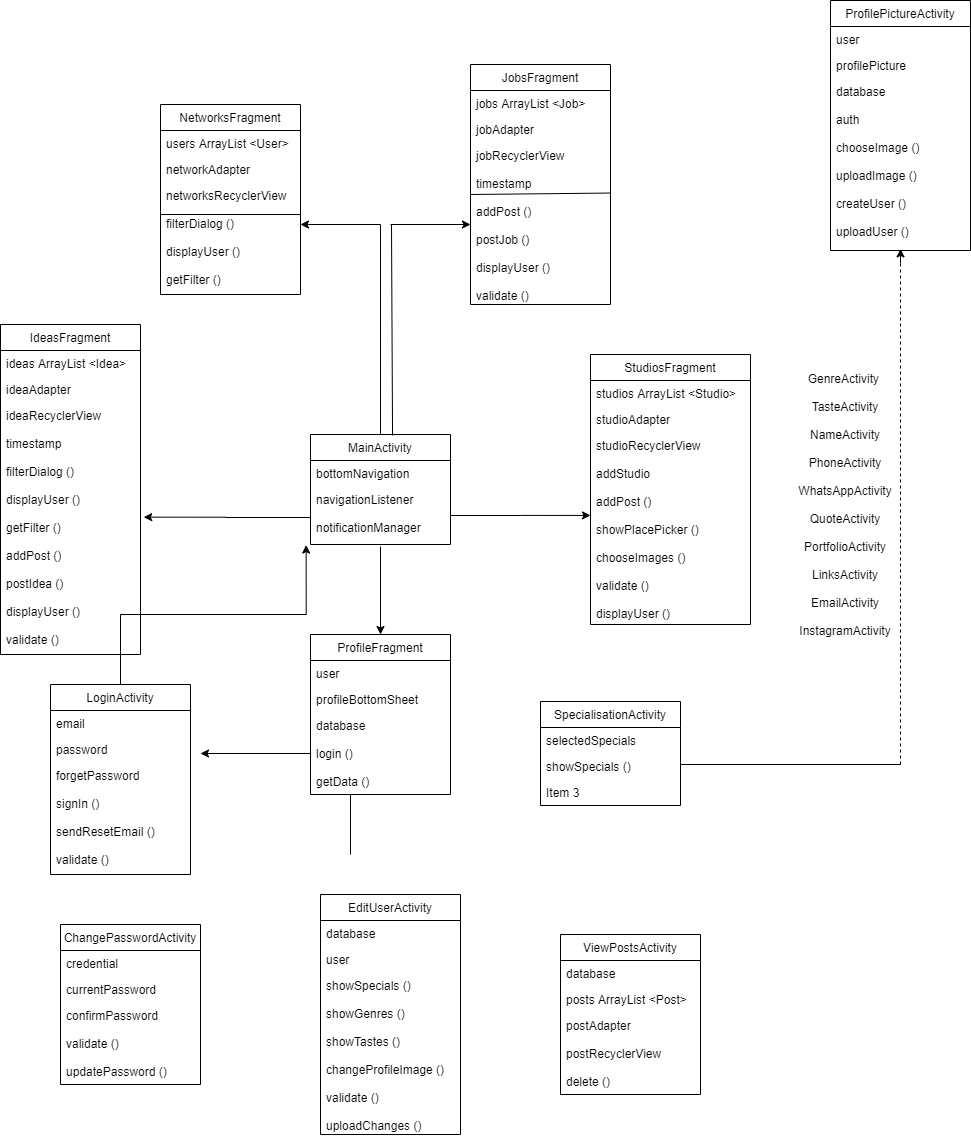
Above: Blackbook/Final Year Project/Class Diagram.png in Luke-Vader/artcab (draw.io), before the change. Source tidied: cells renumbered, new cells last; positions are measured from the earlier drawing's top-left corner, leaving out a move shared by most shapes.
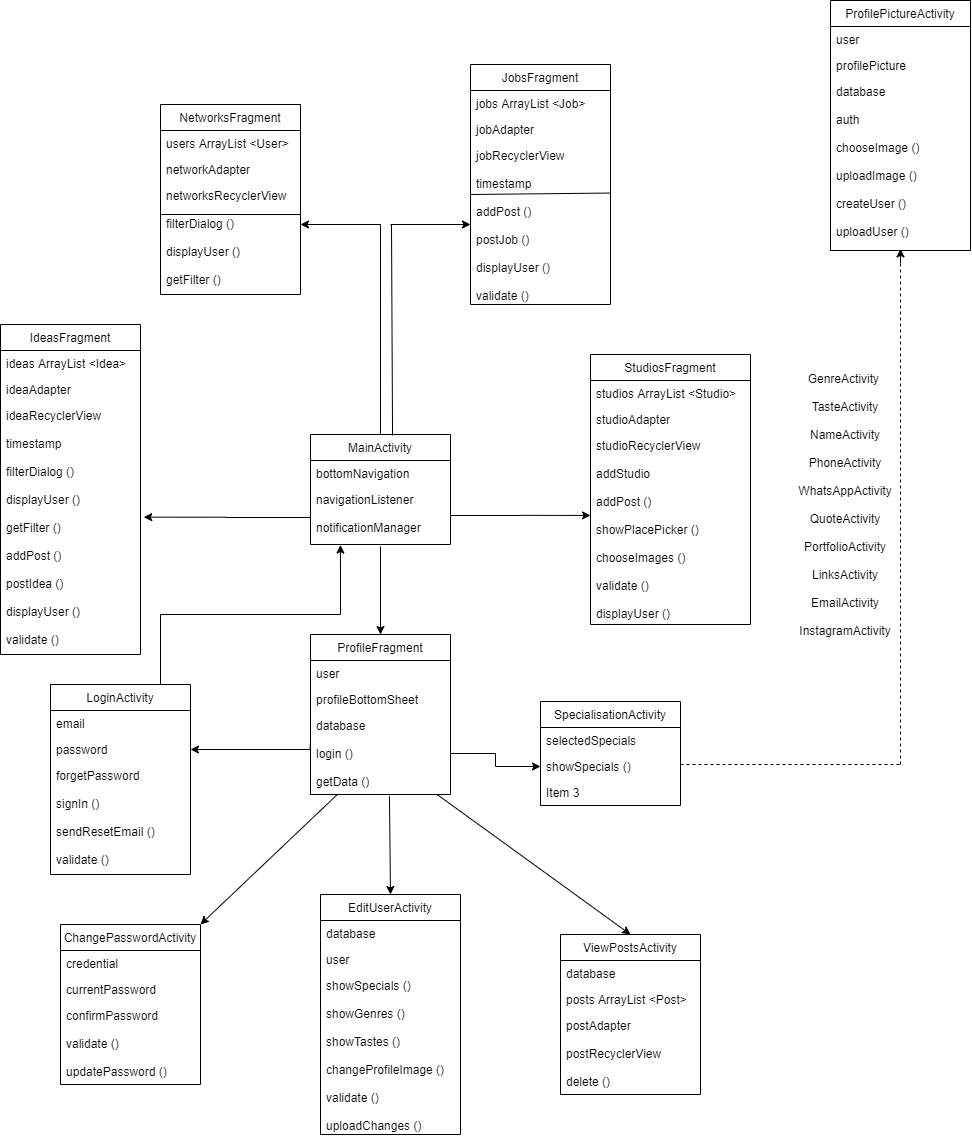
Above is the later version.

The edit, as a diff of the source:
```diff
@@ -114,12 +114,6 @@
         <mxPoint x="391" y="224" as="targetPoint" />
       </mxGeometry>
     </mxCell>
-    <mxCell id="34" style="endArrow=none;html=1;" parent="1" edge="1">
-      <mxGeometry relative="1" as="geometry">
-        <mxPoint x="350" y="854" as="sourcePoint" />
-        <mxPoint x="350" y="794" as="targetPoint" />
-      </mxGeometry>
-    </mxCell>
     <mxCell id="35" value="EditUserActivity" style="swimlane;fontStyle=0;horizontal=1;startSize=26;fillColor=none;" parent="1" vertex="1">
       <mxGeometry x="320" y="894" width="140" height="240" as="geometry" />
     </mxCell>
@@ -156,8 +150,13 @@
     <mxCell id="46" value="postAdapter&#10;&#10;postRecyclerView&#10;&#10;delete ()" style="text;strokeColor=none;fillColor=none;align=left;verticalAlign=top;spacingLeft=4;spacingRight=4;overflow=hidden;" parent="43" vertex="1">
       <mxGeometry y="78" width="140" height="82" as="geometry" />
     </mxCell>
-    <mxCell id="47" style="edgeStyle=orthogonalEdgeStyle;rounded=0;jettySize=auto;html=1;entryX=-0.031;entryY=1.01;entryDx=0;entryDy=0;entryPerimeter=0;" parent="1" edge="1" source="48" target="10">
-      <mxGeometry relative="1" as="geometry" />
+    <mxCell id="47" style="edgeStyle=orthogonalEdgeStyle;rounded=0;jettySize=auto;html=1;entryX=0.214;entryY=1.01;entryDx=0;entryDy=0;entryPerimeter=0;" parent="1" edge="1" source="48" target="10">
+      <mxGeometry relative="1" as="geometry">
+        <Array as="points">
+          <mxPoint x="160" y="614" />
+          <mxPoint x="340" y="614" />
+        </Array>
+      </mxGeometry>
     </mxCell>
     <mxCell id="48" value="LoginActivity" style="swimlane;fontStyle=0;horizontal=1;startSize=26;fillColor=none;" parent="1" vertex="1">
       <mxGeometry x="50" y="684" width="140" height="190" as="geometry" />
@@ -171,9 +170,11 @@
     <mxCell id="51" value="forgetPassword&#10;&#10;signIn ()&#10;&#10;sendResetEmail ()&#10;&#10;validate ()" style="text;strokeColor=none;fillColor=none;align=left;verticalAlign=top;spacingLeft=4;spacingRight=4;overflow=hidden;" parent="48" vertex="1">
       <mxGeometry y="78" width="140" height="112" as="geometry" />
     </mxCell>
-    <mxCell id="52" style="edgeStyle=orthogonalEdgeStyle;rounded=0;jettySize=auto;html=1;" parent="1" edge="1" source="30">
+    <mxCell id="52" style="edgeStyle=orthogonalEdgeStyle;rounded=0;jettySize=auto;html=1;entryX=1;entryY=0.5;entryDx=0;entryDy=0;exitX=-0.002;exitY=0.394;exitDx=0;exitDy=0;exitPerimeter=0;" parent="1" edge="1" source="30" target="50">
       <mxGeometry relative="1" as="geometry">
-        <mxPoint x="200" y="753" as="targetPoint" />
+        <Array as="points">
+          <mxPoint x="310" y="749" />
+        </Array>
       </mxGeometry>
     </mxCell>
     <mxCell id="53" value="SpecialisationActivity" style="swimlane;fontStyle=0;horizontal=1;startSize=26;fillColor=none;" parent="1" vertex="1">
@@ -197,7 +198,7 @@
         <mxPoint x="900" y="254" as="targetPoint" />
       </mxGeometry>
     </mxCell>
-    <mxCell id="59" style="endArrow=none;html=1;" parent="1" edge="1">
+    <mxCell id="59" style="endArrow=none;html=1;dashed=1;" parent="1" edge="1">
       <mxGeometry relative="1" as="geometry">
         <mxPoint x="680" y="764" as="sourcePoint" />
         <mxPoint x="900" y="764" as="targetPoint" />
@@ -221,5 +222,17 @@
     <mxCell id="64" value="database&#10;&#10;auth&#10;&#10;chooseImage ()&#10;&#10;uploadImage ()&#10;&#10;createUser ()&#10;&#10;uploadUser ()" style="text;strokeColor=none;fillColor=none;align=left;verticalAlign=top;spacingLeft=4;spacingRight=4;overflow=hidden;" parent="61" vertex="1">
       <mxGeometry y="78" width="140" height="172" as="geometry" />
     </mxCell>
+    <mxCell id="65" style="endArrow=classic;html=1;entryX=0.5;entryY=0;entryDx=0;entryDy=0;exitX=0.564;exitY=1.015;exitDx=0;exitDy=0;exitPerimeter=0;" parent="1" edge="1" source="30" target="35">
+      <mxGeometry relative="1" as="geometry" />
+    </mxCell>
+    <mxCell id="66" style="endArrow=classic;html=1;entryX=1;entryY=0;entryDx=0;entryDy=0;" parent="1" edge="1" source="30" target="39">
+      <mxGeometry relative="1" as="geometry" />
+    </mxCell>
+    <mxCell id="67" style="endArrow=classic;html=1;entryX=0.5;entryY=0;entryDx=0;entryDy=0;" parent="1" edge="1" source="30" target="43">
+      <mxGeometry relative="1" as="geometry" />
+    </mxCell>
+    <mxCell id="68" style="edgeStyle=orthogonalEdgeStyle;rounded=0;jettySize=auto;html=1;exitX=1;exitY=0.5;exitDx=0;exitDy=0;entryX=0;entryY=0.5;entryDx=0;entryDy=0;" parent="1" edge="1" source="30" target="55">
+      <mxGeometry relative="1" as="geometry" />
+    </mxCell>
   </root>
 </mxGraphModel>
```
